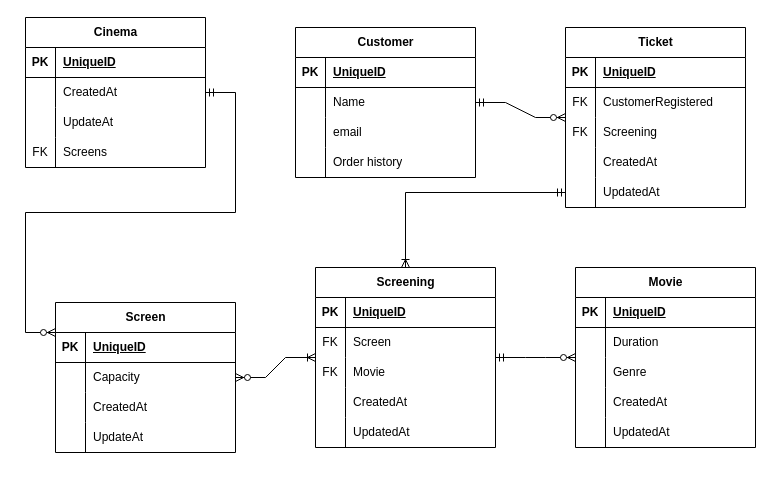
The draw.io diagram cinema.drawio in boolean-uk/database-design, before the edit. Source tidied: cells renumbered, new cells numbered last; positions are measured from the earlier drawing's top-left corner, leaving out a move shared by most shapes. Both pictures are drawn from the tidied source at 100%, with x=0, y=0 at pixel (25, 17).
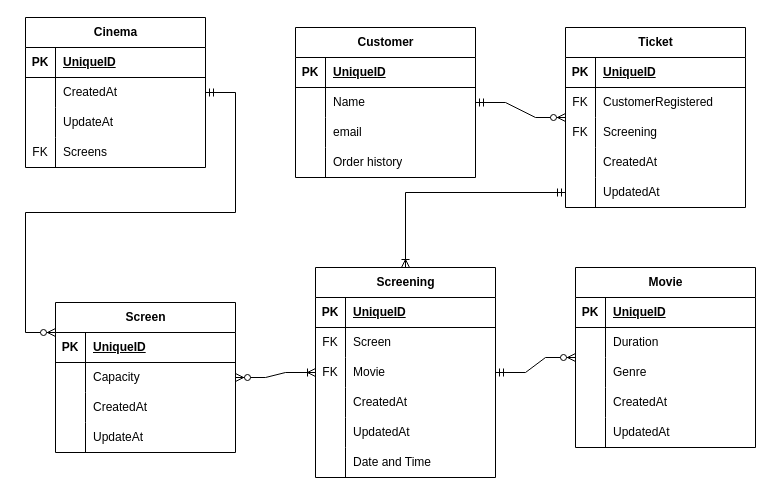
Above is the later version.

Commit message (it also covers changes not shown here):
updated screening in model

The edit, as a diff of the source:
```diff
@@
     <mxCell id="60" value="Screening" style="shape=table;startSize=30;childLayout=tableLayout;rowLines=0;fontStyle=1;align=center;html=1;" parent="1" vertex="1">
-      <mxGeometry x="290" y="250" width="180" height="180" as="geometry" />
+      <mxGeometry x="290" y="250" width="180" height="210" as="geometry" />
     </mxCell>
@@
+    <mxCell id="94" style="shape=tableRow;horizontal=0;startSize=0;swimlaneHead=0;swimlaneBody=0;fillColor=none;top=0;left=0;right=0;bottom=0;" parent="60" vertex="1">
+      <mxGeometry y="180" width="180" height="30" as="geometry" />
+    </mxCell>
+    <mxCell id="95" style="shape=partialRectangle;fillColor=none;top=0;left=0;bottom=0;right=0;overflow=hidden;whiteSpace=wrap;html=1;" parent="94" vertex="1">
+      <mxGeometry width="30" height="30" as="geometry" />
+    </mxCell>
+    <mxCell id="96" value="Date and Time" style="shape=partialRectangle;fillColor=none;top=0;left=0;bottom=0;right=0;align=left;spacingLeft=6;overflow=hidden;whiteSpace=wrap;html=1;" parent="94" vertex="1">
+      <mxGeometry x="30" width="150" height="30" as="geometry" />
+    </mxCell>
```
